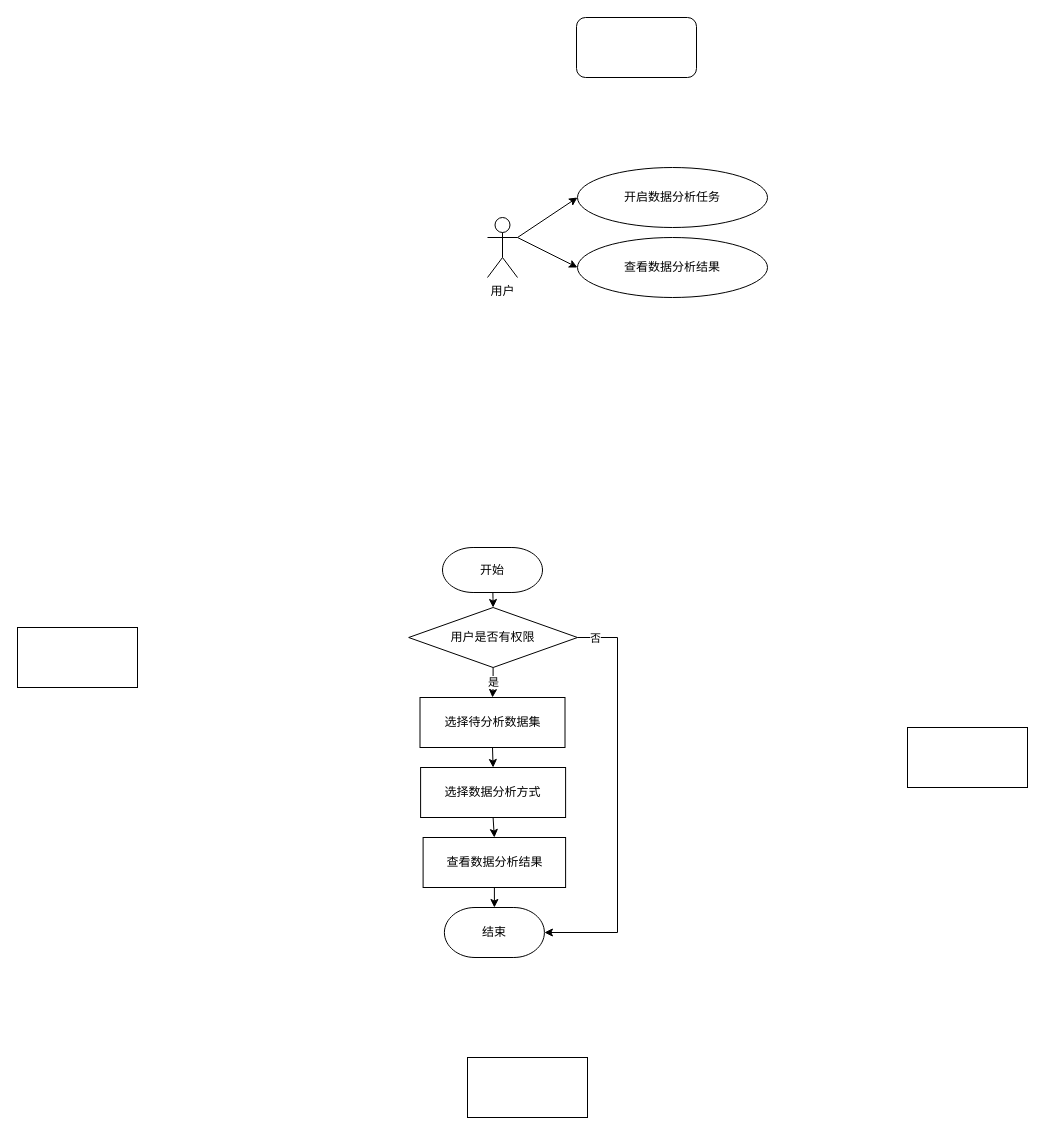
Earlier version of the draw.io diagram 数据分析与可视化.drawio (fengyouliang/drawio). Source tidied: cells renumbered, new cells numbered last; positions are measured from the earlier drawing's top-left corner, leaving out a move shared by most shapes. Both pictures are drawn from the tidied source at 100%, with x=0, y=0 at pixel (17, 17).
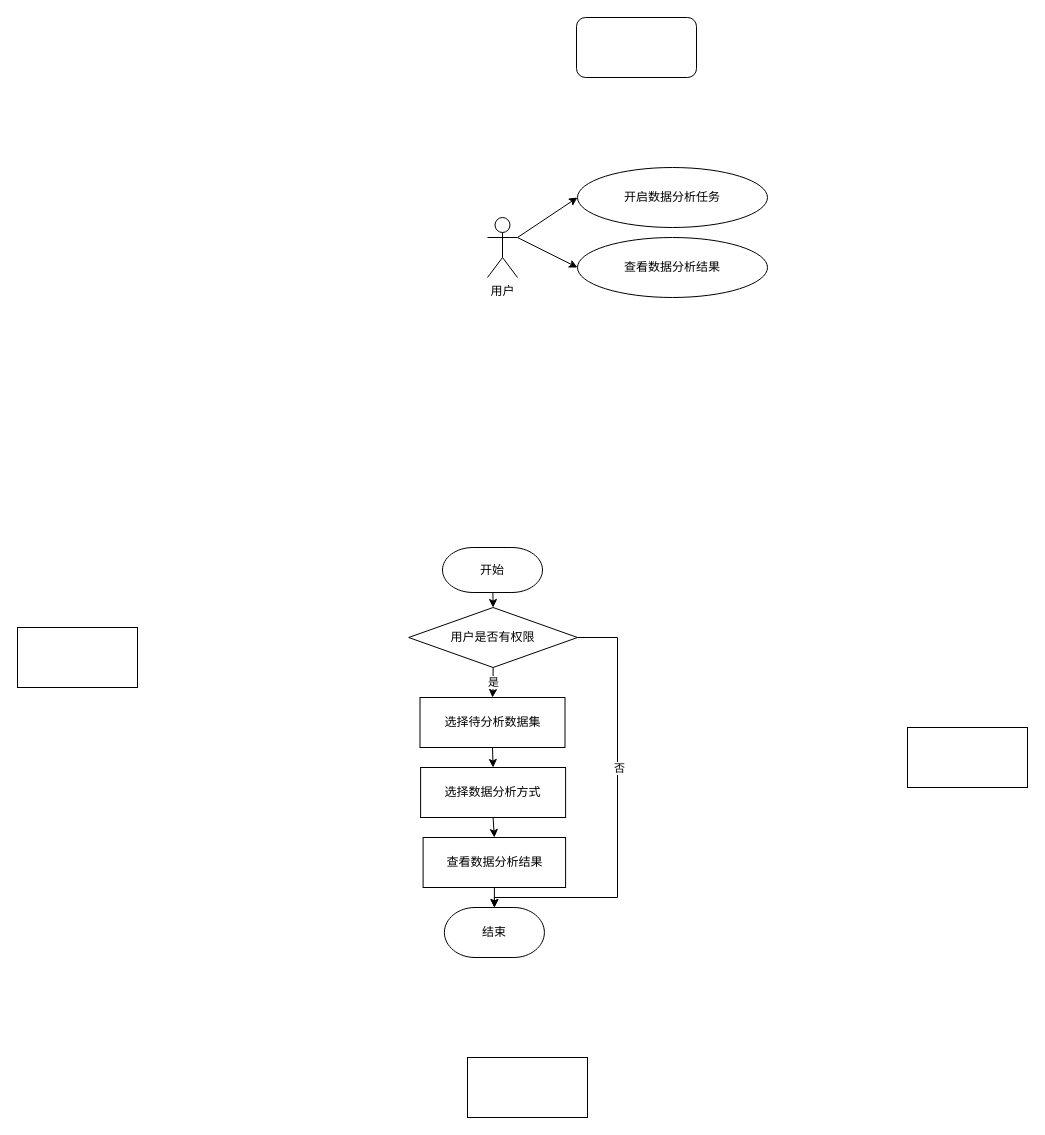
The same diagram, later.

Commit message:
更新数据分析与可视化.drawio

The change refers to these unchanged cells:
```xml
<mxCell id="8" value="用户是否有权限" style="rhombus;whiteSpace=wrap;html=1;" parent="1" vertex="1">
  <mxGeometry x="391.2" y="590" width="168.8" height="60" as="geometry" />
</mxCell>
<mxCell id="20" value="结束" style="strokeWidth=1;html=1;shape=mxgraph.flowchart.terminator;whiteSpace=wrap;" parent="1" vertex="1">
  <mxGeometry x="426.9" y="890" width="100" height="50" as="geometry" />
</mxCell>
```

Change to the diagram source:
```diff
@@
-    <mxCell id="6" style="edgeStyle=orthogonalEdgeStyle;rounded=0;jettySize=auto;html=1;exitX=1;exitY=0.5;exitDx=0;exitDy=0;entryX=1;entryY=0.5;entryDx=0;entryDy=0;entryPerimeter=0;" parent="1" edge="1" source="8" target="20">
+    <mxCell id="6" style="edgeStyle=orthogonalEdgeStyle;rounded=0;jettySize=auto;html=1;exitX=1;exitY=0.5;exitDx=0;exitDy=0;entryX=0.5;entryY=0;entryDx=0;entryDy=0;entryPerimeter=0;" parent="1" edge="1" source="8" target="20">
       <mxGeometry relative="1" as="geometry">
         <Array as="points">
           <mxPoint x="600" y="620" />
-          <mxPoint x="600" y="915" />
+          <mxPoint x="600" y="880" />
+          <mxPoint x="477" y="880" />
         </Array>
       </mxGeometry>
     </mxCell>
     <mxCell id="7" value="否" style="edgeLabel;html=1;align=center;verticalAlign=middle;" parent="6" vertex="1">
       <mxGeometry x="-0.84" y="-2" relative="1" as="geometry">
-        <mxPoint x="-16" y="-2" as="offset" />
+        <mxPoint x="6" y="128" as="offset" />
       </mxGeometry>
     </mxCell>
```
